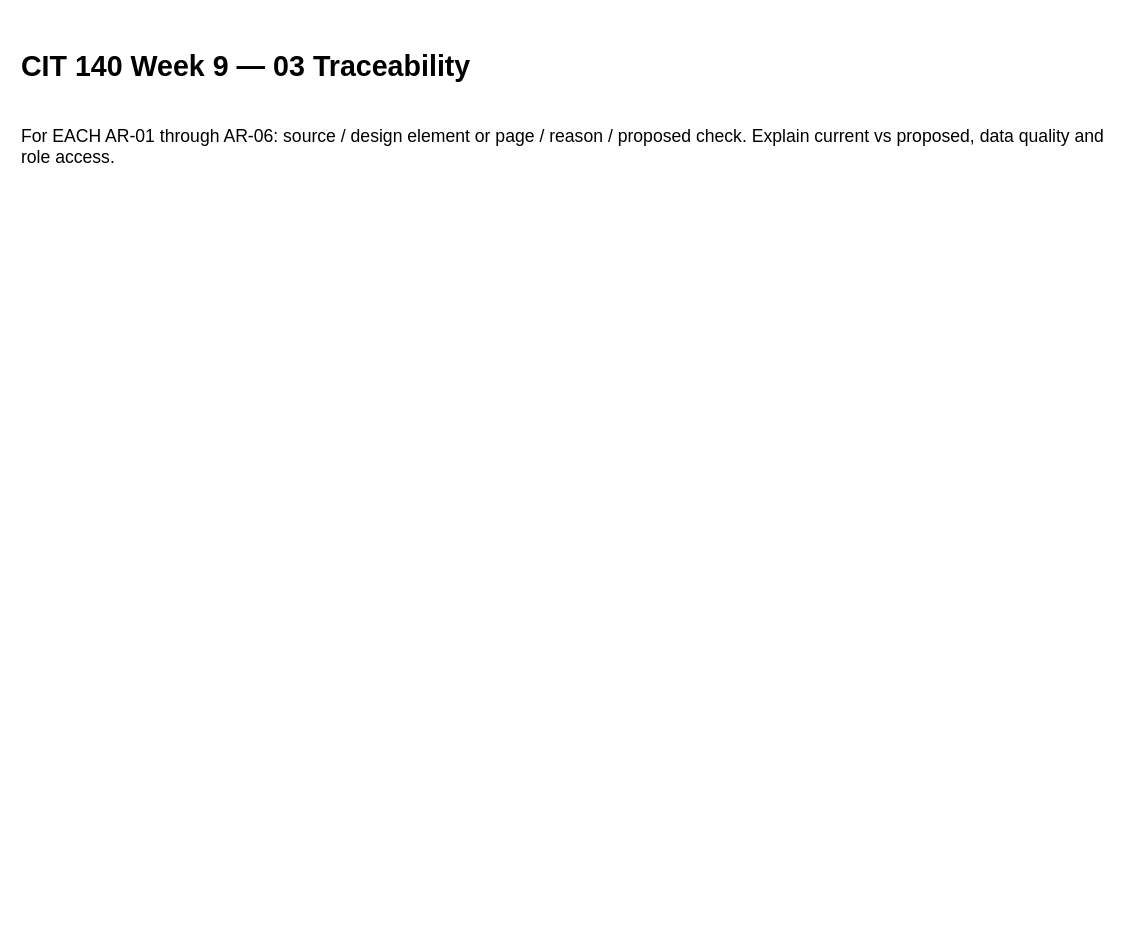
Earlier version of the draw.io diagram page "03 Traceability" (3 of 4) of Week09/Artifact/Temple_Craig_CIT140_Week09_Design.drawio (Acetamin1102/CIT140-Portfolio). Source tidied: cells renumbered, new cells numbered last; positions are measured from the earlier drawing's top-left corner, leaving out a move shared by most shapes. Both pictures are drawn from the tidied source at 110%, with x=0, y=0 at pixel (19, 41).
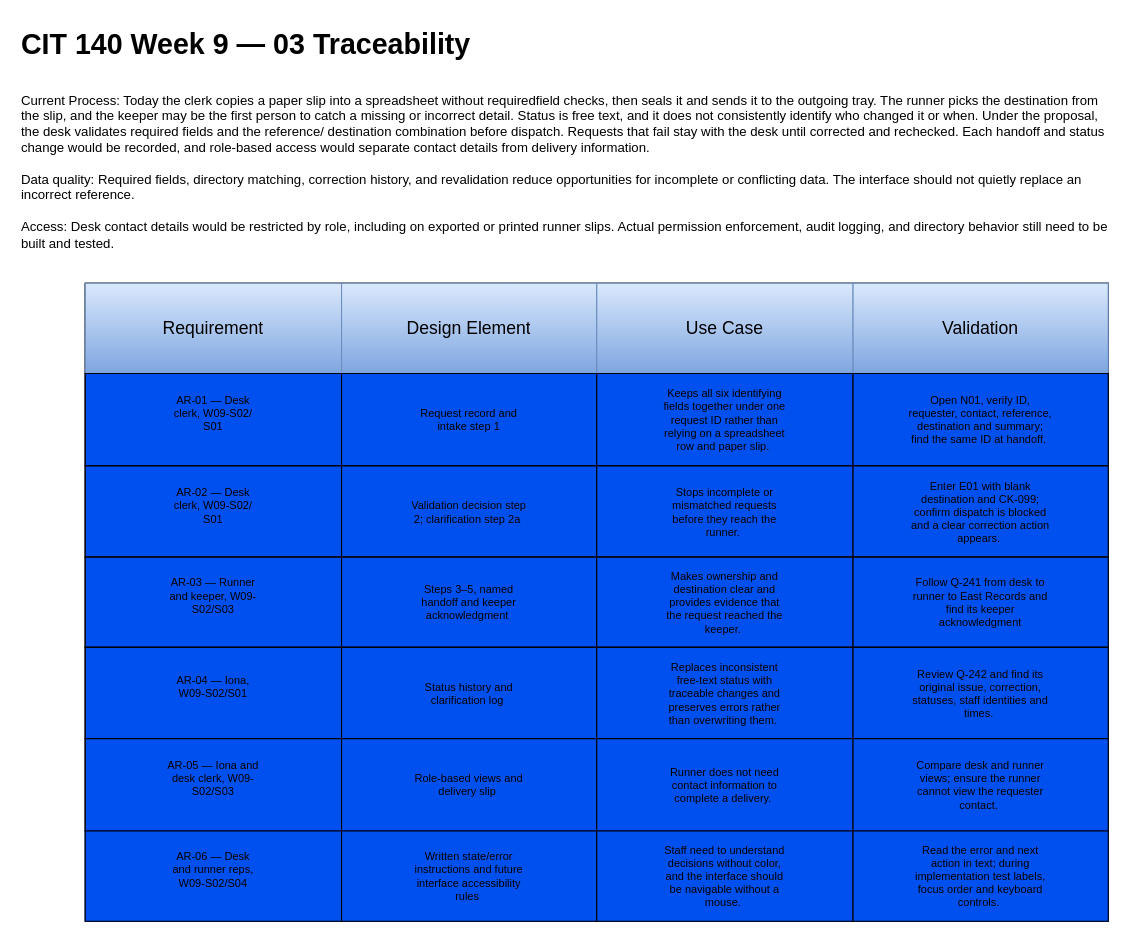
The same page after the edit.

The edit, as a diff of the source:
```diff
@@
     <mxCell id="2" value="CIT 140 Week 9 — 03 Traceability" style="text;html=0;fontSize=26;fontStyle=1;align=left;verticalAlign=top;" parent="1" vertex="1">
-      <mxGeometry width="1000" height="50" as="geometry" />
+      <mxGeometry y="-20" width="1000" height="50" as="geometry" />
     </mxCell>
-    <mxCell id="3" value="For EACH AR-01 through AR-06: source / design element or page / reason / proposed check. Explain current vs proposed, data quality and role access." style="text;html=0;whiteSpace=wrap;align=left;verticalAlign=top;fontSize=16;" parent="1" vertex="1">
-      <mxGeometry y="70" width="1000" height="130" as="geometry" />
+    <mxCell id="3" value="Current Process: Today the clerk copies a paper slip into a spreadsheet without requiredfield checks, then seals it and sends it to the outgoing tray. The runner picks the destination from the slip, and the keeper may be the first person to catch a missing or incorrect detail. Status is free text, and it does not consistently identify who changed it or when. Under the proposal, the desk validates required fields and the reference/ destination combination before dispatch. Requests that fail stay with the desk until corrected and rechecked. Each handoff and status change would be recorded, and role-based access would separate contact details from delivery information. &#10;&#10;Data quality: Required fields, directory matching, correction history, and revalidation reduce opportunities for incomplete or conflicting data. The interface should not quietly replace an incorrect reference. &#10;&#10;Access: Desk contact details would be restricted by role, including on exported or printed runner slips. Actual permission enforcement, audit logging, and directory behavior still need to be built and tested." style="text;html=0;whiteSpace=wrap;align=left;verticalAlign=top;fontSize=12;fontStyle=0;" parent="1" vertex="1">
+      <mxGeometry y="40" width="1000" height="170" as="geometry" />
     </mxCell>
+    <mxCell id="4" style="shape=table;startSize=0;childLayout=tableLayout;fixedHeader=1;tableRender=collapsed;" parent="1" vertex="1">
+      <mxGeometry x="60" y="220" width="930" height="580" as="geometry" />
+    </mxCell>
+    <mxCell id="5" style="shape=tableRow;horizontal=0;startSize=0;swimlaneHead=0;swimlaneBody=0;strokeColor=light-dark(#000000,#000000);fillColor=none;fixedHeader=1;swimlaneFillColor=light-dark(#0050EF,#FFFFFF);" parent="4" vertex="1">
+      <mxGeometry width="930" height="82" as="geometry" />
+    </mxCell>
+    <mxCell id="6" value="Requirement" style="shape=partialRectangle;html=1;whiteSpace=wrap;strokeColor=#6c8ebf;overflow=hidden;fillColor=#dae8fc;gradientColor=#7ea6e0;fontSize=16;" parent="5" vertex="1">
+      <mxGeometry width="233" height="82" as="geometry" />
+    </mxCell>
+    <mxCell id="7" value="Design Element" style="shape=partialRectangle;html=1;whiteSpace=wrap;strokeColor=#6c8ebf;overflow=hidden;fillColor=#dae8fc;gradientColor=#7ea6e0;fontSize=16;" parent="5" vertex="1">
+      <mxGeometry x="233" width="232" height="82" as="geometry" />
+    </mxCell>
+    <mxCell id="8" value="Use Case" style="shape=partialRectangle;html=1;whiteSpace=wrap;strokeColor=#6c8ebf;overflow=hidden;fillColor=#dae8fc;gradientColor=#7ea6e0;fontSize=16;" parent="5" vertex="1">
+      <mxGeometry x="465" width="233" height="82" as="geometry" />
+    </mxCell>
+    <mxCell id="9" value="Validation" style="shape=partialRectangle;html=1;whiteSpace=wrap;strokeColor=#6c8ebf;overflow=hidden;fillColor=#dae8fc;gradientColor=#7ea6e0;fontSize=16;" parent="5" vertex="1">
+      <mxGeometry x="698" width="232" height="82" as="geometry" />
+    </mxCell>
+    <mxCell id="10" style="shape=tableRow;horizontal=0;startSize=0;swimlaneHead=0;swimlaneBody=0;strokeColor=light-dark(#000000,#000000);fillColor=none;fixedHeader=1;swimlaneFillColor=light-dark(#0050EF,#FFFFFF);fontColor=light-dark(#000000,#000000);fontSize=10;" parent="4" vertex="1">
+      <mxGeometry y="82" width="930" height="84" as="geometry" />
+    </mxCell>
+    <mxCell id="11" value="&lt;div&gt;AR-01 — Desk&lt;/div&gt;&lt;div&gt;clerk, W09-S02/&lt;/div&gt;&lt;div&gt;S01&lt;/div&gt;&lt;div&gt;&lt;br&gt;&lt;/div&gt;" style="shape=partialRectangle;html=1;whiteSpace=wrap;strokeColor=light-dark(#000000,#000000);overflow=hidden;fillColor=light-dark(#0050EF,#FFFFFF);fontColor=light-dark(#000000,#000000);fontSize=10;fontStyle=0;" parent="10" vertex="1">
+      <mxGeometry width="233" height="84" as="geometry" />
+    </mxCell>
+    <mxCell id="12" value="Request record and&lt;br/&gt;intake step 1" style="shape=partialRectangle;html=1;whiteSpace=wrap;strokeColor=light-dark(#000000,#000000);overflow=hidden;fillColor=light-dark(#0050EF,#FFFFFF);fontColor=light-dark(#000000,#000000);fontSize=10;" parent="10" vertex="1">
+      <mxGeometry x="233" width="232" height="84" as="geometry" />
+    </mxCell>
+    <mxCell id="13" value="Keeps all six identifying&lt;br/&gt;fields together under one&lt;br/&gt;request ID rather than&lt;br/&gt;relying on a spreadsheet&lt;br/&gt;row and paper slip.&amp;nbsp;" style="shape=partialRectangle;html=1;whiteSpace=wrap;strokeColor=light-dark(#000000,#000000);overflow=hidden;fillColor=light-dark(#0050EF,#FFFFFF);fontColor=light-dark(#000000,#000000);fontSize=10;" parent="10" vertex="1">
+      <mxGeometry x="465" width="233" height="84" as="geometry" />
+    </mxCell>
+    <mxCell id="14" value="Open N01, verify ID,&lt;br/&gt;requester, contact, reference,&lt;br/&gt;destination and summary;&lt;br/&gt;find the same ID at handoff.&amp;nbsp;" style="shape=partialRectangle;html=1;whiteSpace=wrap;strokeColor=light-dark(#000000,#000000);overflow=hidden;fillColor=light-dark(#0050EF,#FFFFFF);fontColor=light-dark(#000000,#000000);fontSize=10;" parent="10" vertex="1">
+      <mxGeometry x="698" width="232" height="84" as="geometry" />
+    </mxCell>
+    <mxCell id="15" style="shape=tableRow;horizontal=0;startSize=0;swimlaneHead=0;swimlaneBody=0;strokeColor=light-dark(#000000,#000000);fillColor=none;fixedHeader=1;swimlaneFillColor=light-dark(#0050EF,#FFFFFF);fontColor=light-dark(#000000,#000000);fontSize=10;" parent="4" vertex="1">
+      <mxGeometry y="166" width="930" height="83" as="geometry" />
+    </mxCell>
+    <mxCell id="16" value="&lt;div&gt;AR-02 — Desk&lt;/div&gt;&lt;div&gt;clerk, W09-S02/&lt;/div&gt;&lt;div&gt;S01&lt;/div&gt;&lt;div&gt;&lt;br&gt;&lt;/div&gt;" style="shape=partialRectangle;html=1;whiteSpace=wrap;strokeColor=light-dark(#000000,#000000);overflow=hidden;fillColor=light-dark(#0050EF,#FFFFFF);fontColor=light-dark(#000000,#000000);fontSize=10;fontStyle=0;" parent="15" vertex="1">
+      <mxGeometry width="233" height="83" as="geometry" />
+    </mxCell>
+    <mxCell id="17" value="Validation decision step&lt;br/&gt;2; clarification step 2a&amp;nbsp;" style="shape=partialRectangle;html=1;whiteSpace=wrap;strokeColor=light-dark(#000000,#000000);overflow=hidden;fillColor=light-dark(#0050EF,#FFFFFF);fontColor=light-dark(#000000,#000000);fontSize=10;" parent="15" vertex="1">
+      <mxGeometry x="233" width="232" height="83" as="geometry" />
+    </mxCell>
+    <mxCell id="18" value="Stops incomplete or&lt;br/&gt;mismatched requests&lt;br/&gt;before they reach the&lt;br/&gt;runner.&amp;nbsp;" style="shape=partialRectangle;html=1;whiteSpace=wrap;strokeColor=light-dark(#000000,#000000);overflow=hidden;fillColor=light-dark(#0050EF,#FFFFFF);fontColor=light-dark(#000000,#000000);fontSize=10;" parent="15" vertex="1">
+      <mxGeometry x="465" width="233" height="83" as="geometry" />
+    </mxCell>
+    <mxCell id="19" value="Enter E01 with blank&lt;br/&gt;destination and CK-099;&lt;br/&gt;confirm dispatch is blocked&lt;br/&gt;and a clear correction action&lt;br/&gt;appears.&amp;nbsp;" style="shape=partialRectangle;html=1;whiteSpace=wrap;strokeColor=light-dark(#000000,#000000);overflow=hidden;fillColor=light-dark(#0050EF,#FFFFFF);fontColor=light-dark(#000000,#000000);fontSize=10;" parent="15" vertex="1">
+      <mxGeometry x="698" width="232" height="83" as="geometry" />
+    </mxCell>
+    <mxCell id="20" style="shape=tableRow;horizontal=0;startSize=0;swimlaneHead=0;swimlaneBody=0;strokeColor=light-dark(#000000,#000000);fillColor=none;fixedHeader=1;swimlaneFillColor=light-dark(#0050EF,#FFFFFF);fontColor=light-dark(#000000,#000000);fontSize=10;" parent="4" vertex="1">
+      <mxGeometry y="249" width="930" height="82" as="geometry" />
+    </mxCell>
+    <mxCell id="21" value="&lt;div&gt;AR-03 — Runner&lt;/div&gt;&lt;div&gt;and keeper, W09-&lt;/div&gt;&lt;div&gt;S02/S03&lt;/div&gt;&lt;div&gt;&lt;br&gt;&lt;/div&gt;" style="shape=partialRectangle;html=1;whiteSpace=wrap;strokeColor=light-dark(#000000,#000000);overflow=hidden;fillColor=light-dark(#0050EF,#FFFFFF);fontColor=light-dark(#000000,#000000);fontSize=10;fontStyle=0;" parent="20" vertex="1">
+      <mxGeometry width="233" height="82" as="geometry" />
+    </mxCell>
+    <mxCell id="22" value="Steps 3–5, named&lt;br/&gt;handoff and keeper&lt;br/&gt;acknowledgment&amp;nbsp;" style="shape=partialRectangle;html=1;whiteSpace=wrap;strokeColor=light-dark(#000000,#000000);overflow=hidden;fillColor=light-dark(#0050EF,#FFFFFF);fontColor=light-dark(#000000,#000000);fontSize=10;" parent="20" vertex="1">
+      <mxGeometry x="233" width="232" height="82" as="geometry" />
+    </mxCell>
+    <mxCell id="23" value="Makes ownership and&lt;br/&gt;destination clear and&lt;br/&gt;provides evidence that&lt;br/&gt;the request reached the&lt;br/&gt;keeper.&amp;nbsp;" style="shape=partialRectangle;html=1;whiteSpace=wrap;strokeColor=light-dark(#000000,#000000);overflow=hidden;fillColor=light-dark(#0050EF,#FFFFFF);fontColor=light-dark(#000000,#000000);fontSize=10;" parent="20" vertex="1">
+      <mxGeometry x="465" width="233" height="82" as="geometry" />
+    </mxCell>
+    <mxCell id="24" value="Follow Q-241 from desk to&lt;br/&gt;runner to East Records and&lt;br/&gt;find its keeper&lt;br/&gt;acknowledgment" style="shape=partialRectangle;html=1;whiteSpace=wrap;strokeColor=light-dark(#000000,#000000);overflow=hidden;fillColor=light-dark(#0050EF,#FFFFFF);fontColor=light-dark(#000000,#000000);fontSize=10;" parent="20" vertex="1">
+      <mxGeometry x="698" width="232" height="82" as="geometry" />
+    </mxCell>
+    <mxCell id="25" style="shape=tableRow;horizontal=0;startSize=0;swimlaneHead=0;swimlaneBody=0;strokeColor=light-dark(#000000,#000000);fillColor=none;fixedHeader=1;swimlaneFillColor=light-dark(#0050EF,#FFFFFF);fontColor=light-dark(#000000,#000000);fontSize=10;" parent="4" vertex="1">
+      <mxGeometry y="331" width="930" height="83" as="geometry" />
+    </mxCell>
+    <mxCell id="26" value="&lt;div&gt;AR-04 — Iona,&lt;/div&gt;&lt;div&gt;W09-S02/S01&lt;/div&gt;&lt;div&gt;&lt;br&gt;&lt;/div&gt;" style="shape=partialRectangle;html=1;whiteSpace=wrap;strokeColor=light-dark(#000000,#000000);overflow=hidden;fillColor=light-dark(#0050EF,#FFFFFF);fontColor=light-dark(#000000,#000000);fontSize=10;fontStyle=0;" parent="25" vertex="1">
+      <mxGeometry width="233" height="83" as="geometry" />
+    </mxCell>
+    <mxCell id="27" value="Status history and&lt;br/&gt;clarification log&amp;nbsp;" style="shape=partialRectangle;html=1;whiteSpace=wrap;strokeColor=light-dark(#000000,#000000);overflow=hidden;fillColor=light-dark(#0050EF,#FFFFFF);fontColor=light-dark(#000000,#000000);fontSize=10;" parent="25" vertex="1">
+      <mxGeometry x="233" width="232" height="83" as="geometry" />
+    </mxCell>
+    <mxCell id="28" value="Replaces inconsistent&lt;br/&gt;free-text status with&lt;br/&gt;traceable changes and&lt;br/&gt;preserves errors rather&lt;br/&gt;than overwriting them.&amp;nbsp;" style="shape=partialRectangle;html=1;whiteSpace=wrap;strokeColor=light-dark(#000000,#000000);overflow=hidden;fillColor=light-dark(#0050EF,#FFFFFF);fontColor=light-dark(#000000,#000000);fontSize=10;" parent="25" vertex="1">
+      <mxGeometry x="465" width="233" height="83" as="geometry" />
+    </mxCell>
+    <mxCell id="29" value="Review Q-242 and find its&lt;br/&gt;original issue, correction,&lt;br/&gt;statuses, staff identities and&lt;br/&gt;times.&amp;nbsp;" style="shape=partialRectangle;html=1;whiteSpace=wrap;strokeColor=light-dark(#000000,#000000);overflow=hidden;fillColor=light-dark(#0050EF,#FFFFFF);fontColor=light-dark(#000000,#000000);fontSize=10;" parent="25" vertex="1">
+      <mxGeometry x="698" width="232" height="83" as="geometry" />
+    </mxCell>
+    <mxCell id="30" style="shape=tableRow;horizontal=0;startSize=0;swimlaneHead=0;swimlaneBody=0;strokeColor=light-dark(#000000,#000000);fillColor=none;fixedHeader=1;swimlaneFillColor=light-dark(#0050EF,#FFFFFF);fontColor=light-dark(#000000,#000000);fontSize=10;" parent="4" vertex="1">
+      <mxGeometry y="414" width="930" height="84" as="geometry" />
+    </mxCell>
+    <mxCell id="31" value="&lt;div&gt;AR-05 — Iona and&lt;/div&gt;&lt;div&gt;desk clerk, W09-&lt;/div&gt;&lt;div&gt;S02/S03&lt;/div&gt;&lt;div&gt;&lt;br&gt;&lt;/div&gt;" style="shape=partialRectangle;html=1;whiteSpace=wrap;strokeColor=light-dark(#000000,#000000);overflow=hidden;fillColor=light-dark(#0050EF,#FFFFFF);fontColor=light-dark(#000000,#000000);fontSize=10;fontStyle=0;" parent="30" vertex="1">
+      <mxGeometry width="233" height="84" as="geometry" />
+    </mxCell>
+    <mxCell id="32" value="Role-based views and&lt;br/&gt;delivery slip&amp;nbsp;" style="shape=partialRectangle;html=1;whiteSpace=wrap;strokeColor=light-dark(#000000,#000000);overflow=hidden;fillColor=light-dark(#0050EF,#FFFFFF);fontColor=light-dark(#000000,#000000);fontSize=10;" parent="30" vertex="1">
+      <mxGeometry x="233" width="232" height="84" as="geometry" />
+    </mxCell>
+    <mxCell id="33" value="Runner does not need&lt;br/&gt;contact information to&lt;br/&gt;complete a delivery.&amp;nbsp;" style="shape=partialRectangle;html=1;whiteSpace=wrap;strokeColor=light-dark(#000000,#000000);overflow=hidden;fillColor=light-dark(#0050EF,#FFFFFF);fontColor=light-dark(#000000,#000000);fontSize=10;" parent="30" vertex="1">
+      <mxGeometry x="465" width="233" height="84" as="geometry" />
+    </mxCell>
+    <mxCell id="34" value="Compare desk and runner&lt;br/&gt;views; ensure the runner&lt;br/&gt;cannot view the requester&lt;br/&gt;contact.&amp;nbsp;" style="shape=partialRectangle;html=1;whiteSpace=wrap;strokeColor=light-dark(#000000,#000000);overflow=hidden;fillColor=light-dark(#0050EF,#FFFFFF);fontColor=light-dark(#000000,#000000);fontSize=10;" parent="30" vertex="1">
+      <mxGeometry x="698" width="232" height="84" as="geometry" />
+    </mxCell>
+    <mxCell id="35" style="shape=tableRow;horizontal=0;startSize=0;swimlaneHead=0;swimlaneBody=0;strokeColor=#001DBC;fillColor=none;fixedHeader=1;swimlaneFillColor=light-dark(#0050EF,#FFFFFF);fontColor=light-dark(#000000,#000000);fontSize=10;" parent="4" vertex="1">
+      <mxGeometry y="498" width="930" height="82" as="geometry" />
+    </mxCell>
+    <mxCell id="36" value="&lt;div&gt;AR-06 — Desk&lt;/div&gt;&lt;div&gt;and runner reps,&lt;/div&gt;&lt;div&gt;W09-S02/S04&lt;/div&gt;&lt;div&gt;&lt;br&gt;&lt;/div&gt;" style="shape=partialRectangle;html=1;whiteSpace=wrap;strokeColor=light-dark(#000000,#000000);overflow=hidden;fillColor=light-dark(#0050EF,#FFFFFF);fontColor=light-dark(#000000,#000000);fontSize=10;fontStyle=0;" parent="35" vertex="1">
+      <mxGeometry width="233" height="82" as="geometry" />
+    </mxCell>
+    <mxCell id="37" value="Written state/error&lt;br/&gt;instructions and future&lt;br/&gt;interface accessibility&lt;br/&gt;rules&amp;nbsp;" style="shape=partialRectangle;html=1;whiteSpace=wrap;strokeColor=light-dark(#000000,#000000);overflow=hidden;fillColor=light-dark(#0050EF,#FFFFFF);fontColor=light-dark(#000000,#000000);fontSize=10;" parent="35" vertex="1">
+      <mxGeometry x="233" width="232" height="82" as="geometry" />
+    </mxCell>
+    <mxCell id="38" value="Staff need to understand&lt;br/&gt;decisions without color,&lt;br/&gt;and the interface should&lt;br/&gt;be navigable without a&lt;br/&gt;mouse.&amp;nbsp;" style="shape=partialRectangle;html=1;whiteSpace=wrap;strokeColor=light-dark(#000000,#000000);overflow=hidden;fillColor=light-dark(#0050EF,#FFFFFF);fontColor=light-dark(#000000,#000000);fontSize=10;" parent="35" vertex="1">
+      <mxGeometry x="465" width="233" height="82" as="geometry" />
+    </mxCell>
+    <mxCell id="39" value="Read the error and next&lt;br/&gt;action in text; during&lt;br/&gt;implementation test labels,&lt;br/&gt;focus order and keyboard&lt;br/&gt;controls.&amp;nbsp;" style="shape=partialRectangle;html=1;whiteSpace=wrap;strokeColor=light-dark(#000000,#000000);overflow=hidden;fillColor=light-dark(#0050EF,#FFFFFF);fontColor=light-dark(#000000,#000000);fontSize=10;" parent="35" vertex="1">
+      <mxGeometry x="698" width="232" height="82" as="geometry" />
+    </mxCell>
```
